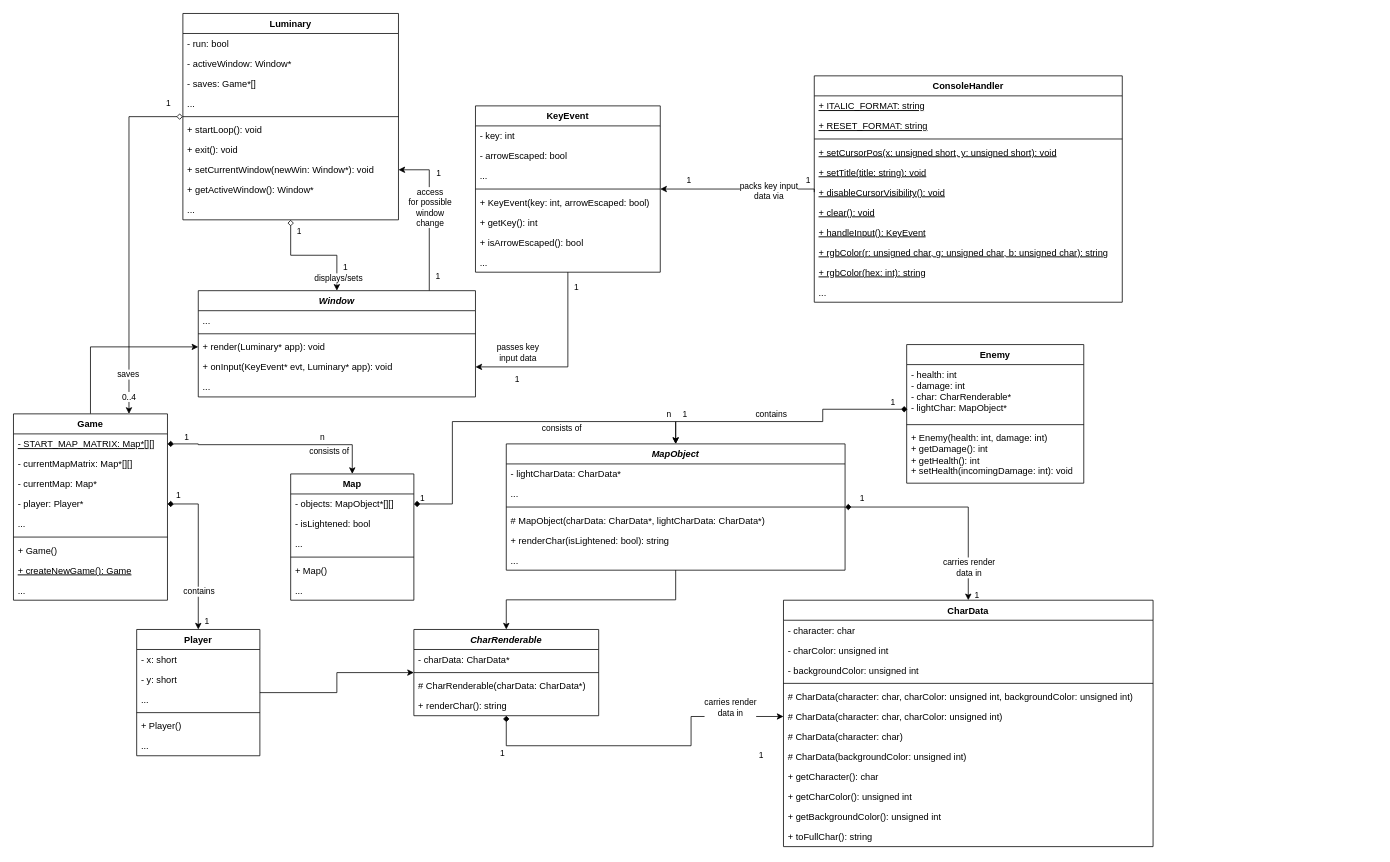
Earlier version of the draw.io diagram page "UML Diagram" (2 of 2) of project-luminary/diagrams.drawio (KrazyManJ/luminary). Source tidied: cells renumbered, new cells numbered last; positions are measured from the earlier drawing's top-left corner, leaving out a move shared by most shapes. Both pictures are drawn from the tidied source at 77%, with x=0, y=0 at pixel (13, 13).
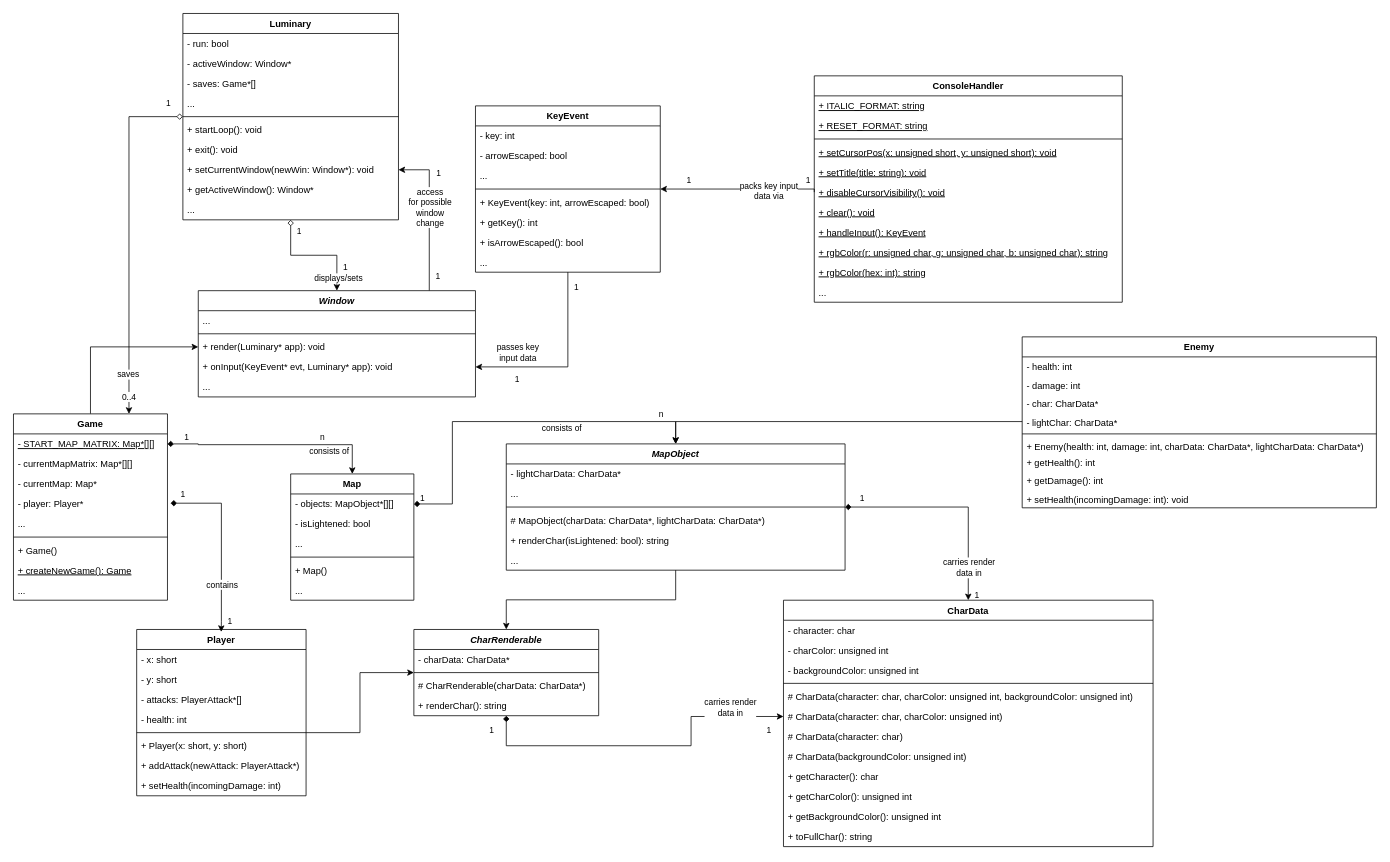
The same diagram, later.

Commit message:
Updated UML diagram - Enemy bonding with MapObject corrected and Player modified

Unchanged cells that the change refers to:
```xml
<mxCell id="7" value="- player: Player*" style="text;strokeColor=none;fillColor=none;align=left;verticalAlign=top;spacingLeft=4;spacingRight=4;overflow=hidden;points=[[0,0.5],[1,0.5]];portConstraint=eastwest;" parent="3" vertex="1">
  <mxGeometry y="104" width="200" height="26" as="geometry" />
</mxCell>
<mxCell id="32" style="edgeStyle=orthogonalEdgeStyle;rounded=0;jettySize=auto;html=1;entryX=0;entryY=0.5;entryDx=0;entryDy=0;startArrow=diamond;startFill=1;" parent="1" edge="1" source="36" target="120">
  <mxGeometry relative="1" as="geometry">
    <Array as="points">
      <mxPoint x="640" y="951" />
      <mxPoint x="880" y="951" />
      <mxPoint x="880" y="913" />
    </Array>
  </mxGeometry>
</mxCell>
<mxCell id="36" value="CharRenderable" style="swimlane;fontStyle=3;align=center;verticalAlign=top;horizontal=1;startSize=26;" parent="1" vertex="1">
  <mxGeometry x="520" y="800" width="240" height="112" as="geometry" />
</mxCell>
<mxCell id="107" value="MapObject" style="swimlane;fontStyle=3;align=center;verticalAlign=top;horizontal=1;startSize=26;" parent="1" vertex="1">
  <mxGeometry x="640" y="559" width="440" height="164" as="geometry" />
</mxCell>
<mxCell id="131" style="edgeStyle=orthogonalEdgeStyle;rounded=0;jettySize=auto;html=1;exitX=1;exitY=0.5;exitDx=0;exitDy=0;entryX=0.5;entryY=0;entryDx=0;entryDy=0;startArrow=diamond;startFill=1;endArrow=classic;endFill=1;" parent="1" edge="1" source="14" target="107">
  <mxGeometry relative="1" as="geometry">
    <Array as="points">
      <mxPoint x="570" y="637" />
      <mxPoint x="570" y="530" />
      <mxPoint x="860" y="530" />
    </Array>
  </mxGeometry>
</mxCell>
```

What changed in the source:
```diff
@@
     <mxCell id="24" style="edgeStyle=orthogonalEdgeStyle;rounded=0;jettySize=auto;html=1;strokeWidth=1;startArrow=none;startFill=0;endArrow=classic;endFill=1;endSize=6;entryX=0;entryY=0.5;entryDx=0;entryDy=0;" parent="1" edge="1" source="25" target="36">
-      <mxGeometry relative="1" as="geometry" />
+      <mxGeometry relative="1" as="geometry">
+        <Array as="points">
+          <mxPoint x="450" y="934" />
+          <mxPoint x="450" y="856" />
+        </Array>
+      </mxGeometry>
     </mxCell>
     <mxCell id="25" value="Player" style="swimlane;fontStyle=1;align=center;verticalAlign=top;horizontal=1;startSize=26;" parent="1" vertex="1">
-      <mxGeometry x="160" y="800" width="160" height="164" as="geometry" />
+      <mxGeometry x="160" y="800" width="220" height="216" as="geometry" />
     </mxCell>
     <mxCell id="26" value="- x: short" style="text;strokeColor=none;fillColor=none;align=left;verticalAlign=top;spacingLeft=4;spacingRight=4;overflow=hidden;" parent="25" vertex="1">
-      <mxGeometry y="26" width="160" height="26" as="geometry" />
+      <mxGeometry y="26" width="220" height="26" as="geometry" />
     </mxCell>
     <mxCell id="27" value="- y: short" style="text;strokeColor=none;fillColor=none;align=left;verticalAlign=top;spacingLeft=4;spacingRight=4;overflow=hidden;" parent="25" vertex="1">
-      <mxGeometry y="52" width="160" height="26" as="geometry" />
+      <mxGeometry y="52" width="220" height="26" as="geometry" />
     </mxCell>
-    <mxCell id="28" value="..." style="text;strokeColor=none;fillColor=none;align=left;verticalAlign=top;spacingLeft=4;spacingRight=4;overflow=hidden;" parent="25" vertex="1">
-      <mxGeometry y="78" width="160" height="26" as="geometry" />
+    <mxCell id="28" value="- attacks: PlayerAttack*[]" style="text;strokeColor=none;fillColor=none;align=left;verticalAlign=top;spacingLeft=4;spacingRight=4;overflow=hidden;" parent="25" vertex="1">
+      <mxGeometry y="78" width="220" height="26" as="geometry" />
     </mxCell>
+    <mxCell id="139" value="- health: int" style="text;strokeColor=none;fillColor=none;align=left;verticalAlign=top;spacingLeft=4;spacingRight=4;overflow=hidden;" parent="25" vertex="1">
+      <mxGeometry y="104" width="220" height="26" as="geometry" />
+    </mxCell>
     <mxCell id="29" style="line;strokeWidth=1;fillColor=none;align=left;verticalAlign=middle;spacingTop=-1;spacingLeft=3;spacingRight=3;labelPosition=right;strokeColor=inherit;" parent="25" vertex="1">
-      <mxGeometry y="104" width="160" height="8" as="geometry" />
+      <mxGeometry y="130" width="220" height="8" as="geometry" />
     </mxCell>
-    <mxCell id="30" value="+ Player()" style="text;strokeColor=none;fillColor=none;align=left;verticalAlign=top;spacingLeft=4;spacingRight=4;overflow=hidden;" parent="25" vertex="1">
-      <mxGeometry y="112" width="160" height="26" as="geometry" />
+    <mxCell id="30" value="+ Player(x: short, y: short)" style="text;strokeColor=none;fillColor=none;align=left;verticalAlign=top;spacingLeft=4;spacingRight=4;overflow=hidden;" parent="25" vertex="1">
+      <mxGeometry y="138" width="220" height="26" as="geometry" />
     </mxCell>
-    <mxCell id="31" value="..." style="text;strokeColor=none;fillColor=none;align=left;verticalAlign=top;spacingLeft=4;spacingRight=4;overflow=hidden;" parent="25" vertex="1">
-      <mxGeometry y="138" width="160" height="26" as="geometry" />
+    <mxCell id="31" value="+ addAttack(newAttack: PlayerAttack*)" style="text;strokeColor=none;fillColor=none;align=left;verticalAlign=top;spacingLeft=4;spacingRight=4;overflow=hidden;" parent="25" vertex="1">
+      <mxGeometry y="164" width="220" height="26" as="geometry" />
     </mxCell>
+    <mxCell id="140" value="+ setHealth(incomingDamage: int)" style="text;strokeColor=none;fillColor=none;align=left;verticalAlign=top;spacingLeft=4;spacingRight=4;overflow=hidden;" parent="25" vertex="1">
+      <mxGeometry y="190" width="220" height="26" as="geometry" />
+    </mxCell>
@@
     <mxCell id="33" value="1" style="edgeLabel;html=1;align=center;verticalAlign=middle;" parent="32" vertex="1">
       <mxGeometry x="-0.58" y="1" relative="1" as="geometry">
-        <mxPoint x="-59" y="10" as="offset" />
+        <mxPoint x="-73" y="-20" as="offset" />
       </mxGeometry>
     </mxCell>
     <mxCell id="34" value="1" style="edgeLabel;html=1;align=center;verticalAlign=middle;" parent="32" vertex="1">
       <mxGeometry x="0.06" y="1" relative="1" as="geometry">
-        <mxPoint x="137" y="12" as="offset" />
+        <mxPoint x="147" y="-20" as="offset" />
       </mxGeometry>
     </mxCell>
@@
-    <mxCell id="41" value="1" style="edgeStyle=orthogonalEdgeStyle;rounded=0;jettySize=auto;html=1;exitX=1;exitY=0.5;exitDx=0;exitDy=0;entryX=0.5;entryY=0;entryDx=0;entryDy=0;startArrow=diamond;startFill=1;strokeWidth=1;" parent="1" edge="1" source="7" target="25">
+    <mxCell id="41" value="1" style="edgeStyle=orthogonalEdgeStyle;rounded=0;jettySize=auto;html=1;exitX=1;exitY=0.5;exitDx=0;exitDy=0;entryX=0.499;entryY=0.015;entryDx=0;entryDy=0;startArrow=diamond;startFill=1;strokeWidth=1;entryPerimeter=0;" parent="1" edge="1" target="25">
       <mxGeometry x="-0.86" y="11" relative="1" as="geometry">
+        <mxPoint x="204" y="636" as="sourcePoint" />
         <Array as="points">
-          <mxPoint x="240" y="637" />
+          <mxPoint x="270" y="636" />
+          <mxPoint x="270" y="790" />
         </Array>
       </mxGeometry>
     </mxCell>
@@
     <mxCell id="127" value="Enemy" style="swimlane;fontStyle=1;align=center;verticalAlign=top;horizontal=1;startSize=26;whiteSpace=wrap;html=1;" parent="1" vertex="1">
-      <mxGeometry x="1160" y="430" width="230" height="180" as="geometry" />
+      <mxGeometry x="1310" y="420" width="460" height="222" as="geometry" />
     </mxCell>
+    <mxCell id="141" value="- health: int&lt;br&gt;" style="text;strokeColor=none;fillColor=none;align=left;verticalAlign=top;spacingLeft=4;spacingRight=4;overflow=hidden;whiteSpace=wrap;html=1;" parent="127" vertex="1">
+      <mxGeometry y="26" width="460" height="24" as="geometry" />
+    </mxCell>
-    <mxCell id="128" value="- health: int&lt;br&gt;- damage: int&lt;br&gt;- char: CharRenderable*&lt;br&gt;- lightChar: MapObject*" style="text;strokeColor=none;fillColor=none;align=left;verticalAlign=top;spacingLeft=4;spacingRight=4;overflow=hidden;whiteSpace=wrap;html=1;" parent="127" vertex="1">
-      <mxGeometry y="26" width="230" height="74" as="geometry" />
+    <mxCell id="128" value="- damage: int" style="text;strokeColor=none;fillColor=none;align=left;verticalAlign=top;spacingLeft=4;spacingRight=4;overflow=hidden;whiteSpace=wrap;html=1;" parent="127" vertex="1">
+      <mxGeometry y="50" width="460" height="24" as="geometry" />
     </mxCell>
+    <mxCell id="142" value="- char: CharData*" style="text;strokeColor=none;fillColor=none;align=left;verticalAlign=top;spacingLeft=4;spacingRight=4;overflow=hidden;whiteSpace=wrap;html=1;" parent="127" vertex="1">
+      <mxGeometry y="74" width="460" height="24" as="geometry" />
+    </mxCell>
+    <mxCell id="143" value="- lightChar: CharData*" style="text;strokeColor=none;fillColor=none;align=left;verticalAlign=top;spacingLeft=4;spacingRight=4;overflow=hidden;points=[[0,0.5],[1,0.5]];portConstraint=eastwest;whiteSpace=wrap;html=1;" parent="127" vertex="1">
+      <mxGeometry y="98" width="460" height="24" as="geometry" />
+    </mxCell>
     <mxCell id="129" style="line;strokeWidth=1;fillColor=none;align=left;verticalAlign=middle;spacingTop=-1;spacingLeft=3;spacingRight=3;labelPosition=right;strokeColor=inherit;" parent="127" vertex="1">
-      <mxGeometry y="100" width="230" height="8" as="geometry" />
+      <mxGeometry y="122" width="460" height="8" as="geometry" />
     </mxCell>
-    <mxCell id="130" value="+ Enemy(health: int, damage: int)&lt;br&gt;+ getDamage(): int&lt;br&gt;+ getHealth(): int&lt;br&gt;+ setHealth(incomingDamage: int): void" style="text;strokeColor=none;fillColor=none;align=left;verticalAlign=top;spacingLeft=4;spacingRight=4;overflow=hidden;whiteSpace=wrap;html=1;" parent="127" vertex="1">
-      <mxGeometry y="108" width="230" height="72" as="geometry" />
-    </mxCell>
+    <mxCell id="144" value="+ Enemy(health: int, damage: int, charData: CharData*, lightCharData: CharData*)" style="text;strokeColor=none;fillColor=none;align=left;verticalAlign=top;spacingLeft=4;spacingRight=4;overflow=hidden;whiteSpace=wrap;html=1;" parent="127" vertex="1">
+      <mxGeometry y="130" width="460" height="20" as="geometry" />
+    </mxCell>
+    <mxCell id="145" value="+ getHealth(): int" style="text;strokeColor=none;fillColor=none;align=left;verticalAlign=top;spacingLeft=4;spacingRight=4;overflow=hidden;whiteSpace=wrap;html=1;" parent="127" vertex="1">
+      <mxGeometry y="150" width="460" height="24" as="geometry" />
+    </mxCell>
+    <mxCell id="146" value="+ getDamage(): int" style="text;strokeColor=none;fillColor=none;align=left;verticalAlign=top;spacingLeft=4;spacingRight=4;overflow=hidden;whiteSpace=wrap;html=1;" parent="127" vertex="1">
+      <mxGeometry y="174" width="460" height="24" as="geometry" />
+    </mxCell>
+    <mxCell id="147" value="+ setHealth(incomingDamage: int): void" style="text;strokeColor=none;fillColor=none;align=left;verticalAlign=top;spacingLeft=4;spacingRight=4;overflow=hidden;whiteSpace=wrap;html=1;" parent="127" vertex="1">
+      <mxGeometry y="198" width="460" height="24" as="geometry" />
+    </mxCell>
@@
     <mxCell id="133" value="n" style="edgeLabel;html=1;align=center;verticalAlign=middle;" parent="131" vertex="1">
       <mxGeometry x="0.1" y="1" relative="1" as="geometry">
-        <mxPoint x="175" y="-9" as="offset" />
+        <mxPoint x="165" y="-9" as="offset" />
       </mxGeometry>
     </mxCell>
@@
-    <mxCell id="135" style="edgeStyle=orthogonalEdgeStyle;rounded=0;jettySize=auto;html=1;startArrow=diamond;startFill=1;exitX=0;exitY=0.865;exitDx=0;exitDy=0;exitPerimeter=0;entryX=0.5;entryY=0;entryDx=0;entryDy=0;" parent="1" edge="1" target="107">
-      <mxGeometry relative="1" as="geometry">
-        <mxPoint x="1161" y="514" as="sourcePoint" />
-        <Array as="points">
-          <mxPoint x="1051" y="514" />
-          <mxPoint x="1051" y="530" />
-          <mxPoint x="860" y="530" />
-        </Array>
-      </mxGeometry>
-    </mxCell>
-    <mxCell id="136" value="1" style="edgeLabel;html=1;align=center;verticalAlign=middle;" parent="135" vertex="1">
-      <mxGeometry x="-0.58" y="1" relative="1" as="geometry">
-        <mxPoint x="53" y="-11" as="offset" />
-      </mxGeometry>
-    </mxCell>
-    <mxCell id="137" value="1" style="edgeLabel;html=1;align=center;verticalAlign=middle;" parent="135" vertex="1">
-      <mxGeometry x="0.06" y="1" relative="1" as="geometry">
-        <mxPoint x="-123" y="-11" as="offset" />
-      </mxGeometry>
-    </mxCell>
-    <mxCell id="138" value="contains" style="edgeLabel;html=1;align=center;verticalAlign=middle;" parent="135" vertex="1">
-      <mxGeometry x="0.41" relative="1" as="geometry">
-        <mxPoint x="50" y="-10" as="offset" />
-      </mxGeometry>
-    </mxCell>
+    <mxCell id="148" style="edgeStyle=orthogonalEdgeStyle;rounded=0;jettySize=auto;html=1;exitX=0;exitY=0.5;exitDx=0;exitDy=0;entryX=0.5;entryY=0;entryDx=0;entryDy=0;" parent="1" edge="1" source="143" target="107">
+      <mxGeometry relative="1" as="geometry" />
+    </mxCell>
```
